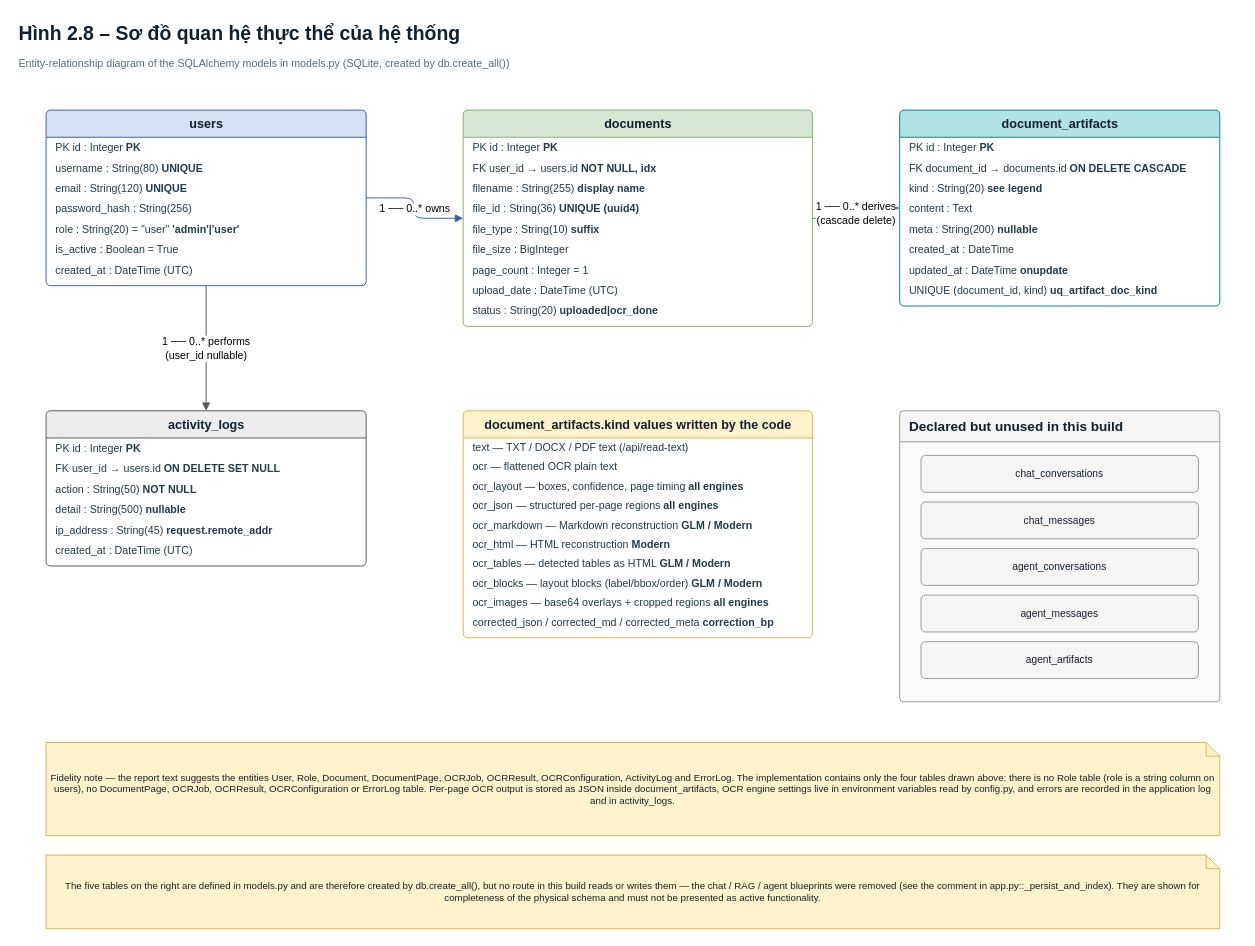
This is report_figures/chapter2/fig_2_8_erd.drawio from imtoiteu/OCRandCorrectionVn, a draw.io file, before an edit. Source tidied: cells renumbered, new cells numbered last; positions are measured from the earlier drawing's top-left corner, leaving out a move shared by most shapes. Both pictures are drawn from the tidied source at 97%, with x=0, y=0 at pixel (16, 16).
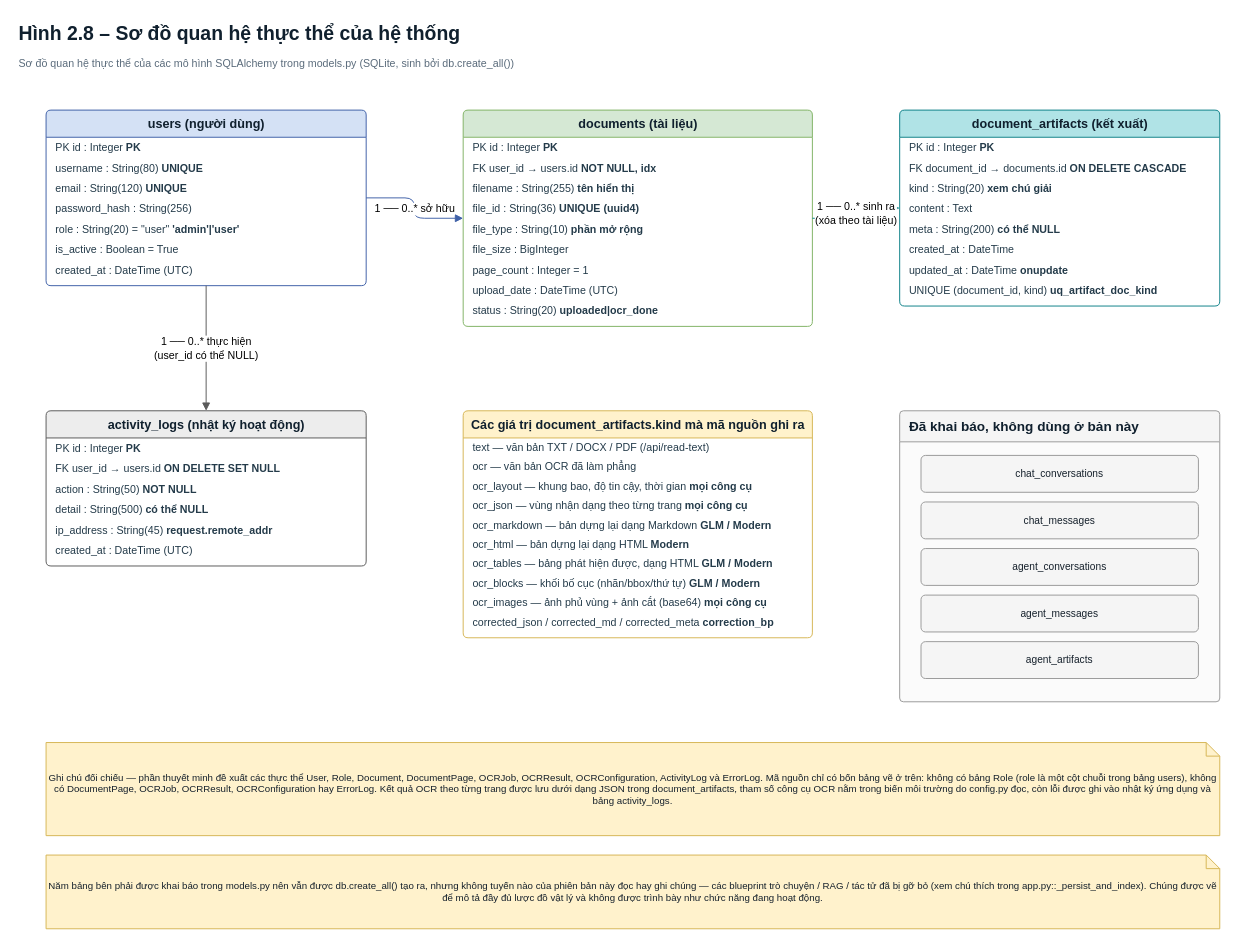
The same page after the edit.

Change to the diagram source:
```diff
@@
-    <mxCell id="3" value="Entity-relationship diagram of the SQLAlchemy models in models.py (SQLite, created by db.create_all())" style="text;html=1;fontSize=11;verticalAlign=middle;align=left;fontColor=#5A6B7B;" parent="1" vertex="1">
+    <mxCell id="3" value="Sơ đồ quan hệ thực thể của các mô hình SQLAlchemy trong models.py (SQLite, sinh bởi db.create_all())" style="text;html=1;fontSize=11;verticalAlign=middle;align=left;fontColor=#5A6B7B;" parent="1" vertex="1">
       <mxGeometry y="38" width="1260" height="20" as="geometry" />
     </mxCell>
-    <mxCell id="4" value="Declared but unused in this build" style="swimlane;rounded=1;arcSize=4;startSize=32;html=1;whiteSpace=wrap;fontSize=14;fontStyle=1;fillColor=#F5F5F5;strokeColor=#999999;swimlaneFillColor=#FBFBFB;fontColor=#10202E;verticalAlign=middle;align=left;spacingLeft=8;" parent="1" vertex="1">
+    <mxCell id="4" value="Đã khai báo, không dùng ở bản này" style="swimlane;rounded=1;arcSize=4;startSize=32;html=1;whiteSpace=wrap;fontSize=14;fontStyle=1;fillColor=#F5F5F5;strokeColor=#999999;swimlaneFillColor=#FBFBFB;fontColor=#10202E;verticalAlign=middle;align=left;spacingLeft=8;" parent="1" vertex="1">
       <mxGeometry x="910" y="406" width="330" height="300" as="geometry" />
     </mxCell>
@@
-    <mxCell id="10" value="Fidelity note — the report text suggests the entities User, Role, Document, DocumentPage, OCRJob, OCRResult, OCRConfiguration, ActivityLog and ErrorLog. The implementation contains only the four tables drawn above: there is no Role table (role is a string column on users), no DocumentPage, OCRJob, OCRResult, OCRConfiguration or ErrorLog table. Per-page OCR output is stored as JSON inside document_artifacts, OCR engine settings live in environment variables read by config.py, and errors are recorded in the application log and in activity_logs." style="shape=note;size=14;whiteSpace=wrap;html=1;fontSize=10;fillColor=#FFF2CC;strokeColor=#D6B656;fontColor=#15202B;" parent="1" vertex="1">
+    <mxCell id="10" value="Ghi chú đối chiếu — phần thuyết minh đề xuất các thực thể User, Role, Document, DocumentPage, OCRJob, OCRResult, OCRConfiguration, ActivityLog và ErrorLog. Mã nguồn chỉ có bốn bảng vẽ ở trên: không có bảng Role (role là một cột chuỗi trong bảng users), không có DocumentPage, OCRJob, OCRResult, OCRConfiguration hay ErrorLog. Kết quả OCR theo từng trang được lưu dưới dạng JSON trong document_artifacts, tham số công cụ OCR nằm trong biến môi trường do config.py đọc, còn lỗi được ghi vào nhật ký ứng dụng và bảng activity_logs." style="shape=note;size=14;whiteSpace=wrap;html=1;fontSize=10;fillColor=#FFF2CC;strokeColor=#D6B656;fontColor=#15202B;" parent="1" vertex="1">
       <mxGeometry x="30" y="748" width="1210" height="96" as="geometry" />
     </mxCell>
-    <mxCell id="11" value="The five tables on the right are defined in models.py and are therefore created by db.create_all(), but no route in this build reads or writes them — the chat / RAG / agent blueprints were removed (see the comment in app.py::_persist_and_index). They are shown for completeness of the physical schema and must not be presented as active functionality." style="shape=note;size=14;whiteSpace=wrap;html=1;fontSize=10;fillColor=#FFF2CC;strokeColor=#D6B656;fontColor=#15202B;" parent="1" vertex="1">
+    <mxCell id="11" value="Năm bảng bên phải được khai báo trong models.py nên vẫn được db.create_all() tạo ra, nhưng không tuyến nào của phiên bản này đọc hay ghi chúng — các blueprint trò chuyện / RAG / tác tử đã bị gỡ bỏ (xem chú thích trong app.py::_persist_and_index). Chúng được vẽ để mô tả đầy đủ lược đồ vật lý và không được trình bày như chức năng đang hoạt động." style="shape=note;size=14;whiteSpace=wrap;html=1;fontSize=10;fillColor=#FFF2CC;strokeColor=#D6B656;fontColor=#15202B;" parent="1" vertex="1">
       <mxGeometry x="30" y="864" width="1210" height="76" as="geometry" />
     </mxCell>
-    <mxCell id="12" value="users" style="swimlane;rounded=1;arcSize=6;startSize=28;html=1;fontSize=13;fontStyle=1;fillColor=#D4E1F5;strokeColor=#3F61A8;swimlaneFillColor=#FFFFFF;fontColor=#10202E;align=center;" parent="1" vertex="1">
+    <mxCell id="12" value="users  (người dùng)" style="swimlane;rounded=1;arcSize=6;startSize=28;html=1;fontSize=13;fontStyle=1;fillColor=#D4E1F5;strokeColor=#3F61A8;swimlaneFillColor=#FFFFFF;fontColor=#10202E;align=center;" parent="1" vertex="1">
       <mxGeometry x="30" y="96" width="330" height="181" as="geometry" />
     </mxCell>
@@
-    <mxCell id="20" value="documents" style="swimlane;rounded=1;arcSize=6;startSize=28;html=1;fontSize=13;fontStyle=1;fillColor=#D5E8D4;strokeColor=#82B366;swimlaneFillColor=#FFFFFF;fontColor=#10202E;align=center;" parent="1" vertex="1">
+    <mxCell id="20" value="documents  (tài liệu)" style="swimlane;rounded=1;arcSize=6;startSize=28;html=1;fontSize=13;fontStyle=1;fillColor=#D5E8D4;strokeColor=#82B366;swimlaneFillColor=#FFFFFF;fontColor=#10202E;align=center;" parent="1" vertex="1">
       <mxGeometry x="460" y="96" width="360" height="223" as="geometry" />
     </mxCell>
@@
-    <mxCell id="23" value="filename : String(255)  &lt;b&gt;display name&lt;/b&gt;" style="text;html=1;align=left;verticalAlign=middle;spacingLeft=8;fontSize=11;strokeColor=none;fillColor=none;fontColor=#243B4A;" parent="20" vertex="1">
+    <mxCell id="23" value="filename : String(255)  &lt;b&gt;tên hiển thị&lt;/b&gt;" style="text;html=1;align=left;verticalAlign=middle;spacingLeft=8;fontSize=11;strokeColor=none;fillColor=none;fontColor=#243B4A;" parent="20" vertex="1">
       <mxGeometry y="70" width="360" height="21" as="geometry" />
     </mxCell>
@@
-    <mxCell id="25" value="file_type : String(10)  &lt;b&gt;suffix&lt;/b&gt;" style="text;html=1;align=left;verticalAlign=middle;spacingLeft=8;fontSize=11;strokeColor=none;fillColor=none;fontColor=#243B4A;" parent="20" vertex="1">
+    <mxCell id="25" value="file_type : String(10)  &lt;b&gt;phần mở rộng&lt;/b&gt;" style="text;html=1;align=left;verticalAlign=middle;spacingLeft=8;fontSize=11;strokeColor=none;fillColor=none;fontColor=#243B4A;" parent="20" vertex="1">
       <mxGeometry y="112" width="360" height="21" as="geometry" />
     </mxCell>
@@
-    <mxCell id="30" value="document_artifacts" style="swimlane;rounded=1;arcSize=6;startSize=28;html=1;fontSize=13;fontStyle=1;fillColor=#B0E3E6;strokeColor=#0E8088;swimlaneFillColor=#FFFFFF;fontColor=#10202E;align=center;" parent="1" vertex="1">
+    <mxCell id="30" value="document_artifacts  (kết xuất)" style="swimlane;rounded=1;arcSize=6;startSize=28;html=1;fontSize=13;fontStyle=1;fillColor=#B0E3E6;strokeColor=#0E8088;swimlaneFillColor=#FFFFFF;fontColor=#10202E;align=center;" parent="1" vertex="1">
       <mxGeometry x="910" y="96" width="330" height="202" as="geometry" />
     </mxCell>
@@
-    <mxCell id="33" value="kind : String(20)  &lt;b&gt;see legend&lt;/b&gt;" style="text;html=1;align=left;verticalAlign=middle;spacingLeft=8;fontSize=11;strokeColor=none;fillColor=none;fontColor=#243B4A;" parent="30" vertex="1">
+    <mxCell id="33" value="kind : String(20)  &lt;b&gt;xem chú giải&lt;/b&gt;" style="text;html=1;align=left;verticalAlign=middle;spacingLeft=8;fontSize=11;strokeColor=none;fillColor=none;fontColor=#243B4A;" parent="30" vertex="1">
       <mxGeometry y="70" width="330" height="21" as="geometry" />
     </mxCell>
@@
-    <mxCell id="35" value="meta : String(200)  &lt;b&gt;nullable&lt;/b&gt;" style="text;html=1;align=left;verticalAlign=middle;spacingLeft=8;fontSize=11;strokeColor=none;fillColor=none;fontColor=#243B4A;" parent="30" vertex="1">
+    <mxCell id="35" value="meta : String(200)  &lt;b&gt;có thể NULL&lt;/b&gt;" style="text;html=1;align=left;verticalAlign=middle;spacingLeft=8;fontSize=11;strokeColor=none;fillColor=none;fontColor=#243B4A;" parent="30" vertex="1">
       <mxGeometry y="112" width="330" height="21" as="geometry" />
     </mxCell>
@@
-    <mxCell id="39" value="activity_logs" style="swimlane;rounded=1;arcSize=6;startSize=28;html=1;fontSize=13;fontStyle=1;fillColor=#EDEDED;strokeColor=#5A5A5A;swimlaneFillColor=#FFFFFF;fontColor=#10202E;align=center;" parent="1" vertex="1">
+    <mxCell id="39" value="activity_logs  (nhật ký hoạt động)" style="swimlane;rounded=1;arcSize=6;startSize=28;html=1;fontSize=13;fontStyle=1;fillColor=#EDEDED;strokeColor=#5A5A5A;swimlaneFillColor=#FFFFFF;fontColor=#10202E;align=center;" parent="1" vertex="1">
       <mxGeometry x="30" y="406" width="330" height="160" as="geometry" />
     </mxCell>
@@
-    <mxCell id="43" value="detail : String(500)  &lt;b&gt;nullable&lt;/b&gt;" style="text;html=1;align=left;verticalAlign=middle;spacingLeft=8;fontSize=11;strokeColor=none;fillColor=none;fontColor=#243B4A;" parent="39" vertex="1">
+    <mxCell id="43" value="detail : String(500)  &lt;b&gt;có thể NULL&lt;/b&gt;" style="text;html=1;align=left;verticalAlign=middle;spacingLeft=8;fontSize=11;strokeColor=none;fillColor=none;fontColor=#243B4A;" parent="39" vertex="1">
       <mxGeometry y="91" width="330" height="21" as="geometry" />
     </mxCell>
@@
-    <mxCell id="46" value="document_artifacts.kind values written by the code" style="swimlane;rounded=1;arcSize=6;startSize=28;html=1;fontSize=13;fontStyle=1;fillColor=#FFF2CC;strokeColor=#D6B656;swimlaneFillColor=#FFFFFF;fontColor=#10202E;align=center;" parent="1" vertex="1">
+    <mxCell id="46" value="Các giá trị document_artifacts.kind mà mã nguồn ghi ra" style="swimlane;rounded=1;arcSize=6;startSize=28;html=1;fontSize=13;fontStyle=1;fillColor=#FFF2CC;strokeColor=#D6B656;swimlaneFillColor=#FFFFFF;fontColor=#10202E;align=center;" parent="1" vertex="1">
       <mxGeometry x="460" y="406" width="360" height="234" as="geometry" />
     </mxCell>
-    <mxCell id="47" value="text  —  TXT / DOCX / PDF text (/api/read-text)" style="text;html=1;align=left;verticalAlign=middle;spacingLeft=8;fontSize=11;strokeColor=none;fillColor=none;fontColor=#243B4A;" parent="46" vertex="1">
+    <mxCell id="47" value="text  —  văn bản TXT / DOCX / PDF (/api/read-text)" style="text;html=1;align=left;verticalAlign=middle;spacingLeft=8;fontSize=11;strokeColor=none;fillColor=none;fontColor=#243B4A;" parent="46" vertex="1">
       <mxGeometry y="28" width="360" height="20" as="geometry" />
     </mxCell>
-    <mxCell id="48" value="ocr  —  flattened OCR plain text" style="text;html=1;align=left;verticalAlign=middle;spacingLeft=8;fontSize=11;strokeColor=none;fillColor=none;fontColor=#243B4A;" parent="46" vertex="1">
+    <mxCell id="48" value="ocr  —  văn bản OCR đã làm phẳng" style="text;html=1;align=left;verticalAlign=middle;spacingLeft=8;fontSize=11;strokeColor=none;fillColor=none;fontColor=#243B4A;" parent="46" vertex="1">
       <mxGeometry y="48" width="360" height="20" as="geometry" />
     </mxCell>
-    <mxCell id="49" value="ocr_layout  —  boxes, confidence, page timing  &lt;b&gt;all engines&lt;/b&gt;" style="text;html=1;align=left;verticalAlign=middle;spacingLeft=8;fontSize=11;strokeColor=none;fillColor=none;fontColor=#243B4A;" parent="46" vertex="1">
+    <mxCell id="49" value="ocr_layout  —  khung bao, độ tin cậy, thời gian  &lt;b&gt;mọi công cụ&lt;/b&gt;" style="text;html=1;align=left;verticalAlign=middle;spacingLeft=8;fontSize=11;strokeColor=none;fillColor=none;fontColor=#243B4A;" parent="46" vertex="1">
       <mxGeometry y="68" width="360" height="20" as="geometry" />
     </mxCell>
-    <mxCell id="50" value="ocr_json  —  structured per-page regions  &lt;b&gt;all engines&lt;/b&gt;" style="text;html=1;align=left;verticalAlign=middle;spacingLeft=8;fontSize=11;strokeColor=none;fillColor=none;fontColor=#243B4A;" parent="46" vertex="1">
+    <mxCell id="50" value="ocr_json  —  vùng nhận dạng theo từng trang  &lt;b&gt;mọi công cụ&lt;/b&gt;" style="text;html=1;align=left;verticalAlign=middle;spacingLeft=8;fontSize=11;strokeColor=none;fillColor=none;fontColor=#243B4A;" parent="46" vertex="1">
       <mxGeometry y="88" width="360" height="20" as="geometry" />
     </mxCell>
-    <mxCell id="51" value="ocr_markdown  —  Markdown reconstruction  &lt;b&gt;GLM / Modern&lt;/b&gt;" style="text;html=1;align=left;verticalAlign=middle;spacingLeft=8;fontSize=11;strokeColor=none;fillColor=none;fontColor=#243B4A;" parent="46" vertex="1">
+    <mxCell id="51" value="ocr_markdown  —  bản dựng lại dạng Markdown  &lt;b&gt;GLM / Modern&lt;/b&gt;" style="text;html=1;align=left;verticalAlign=middle;spacingLeft=8;fontSize=11;strokeColor=none;fillColor=none;fontColor=#243B4A;" parent="46" vertex="1">
       <mxGeometry y="108" width="360" height="20" as="geometry" />
     </mxCell>
-    <mxCell id="52" value="ocr_html  —  HTML reconstruction  &lt;b&gt;Modern&lt;/b&gt;" style="text;html=1;align=left;verticalAlign=middle;spacingLeft=8;fontSize=11;strokeColor=none;fillColor=none;fontColor=#243B4A;" parent="46" vertex="1">
+    <mxCell id="52" value="ocr_html  —  bản dựng lại dạng HTML  &lt;b&gt;Modern&lt;/b&gt;" style="text;html=1;align=left;verticalAlign=middle;spacingLeft=8;fontSize=11;strokeColor=none;fillColor=none;fontColor=#243B4A;" parent="46" vertex="1">
       <mxGeometry y="128" width="360" height="20" as="geometry" />
     </mxCell>
-    <mxCell id="53" value="ocr_tables  —  detected tables as HTML  &lt;b&gt;GLM / Modern&lt;/b&gt;" style="text;html=1;align=left;verticalAlign=middle;spacingLeft=8;fontSize=11;strokeColor=none;fillColor=none;fontColor=#243B4A;" parent="46" vertex="1">
+    <mxCell id="53" value="ocr_tables  —  bảng phát hiện được, dạng HTML  &lt;b&gt;GLM / Modern&lt;/b&gt;" style="text;html=1;align=left;verticalAlign=middle;spacingLeft=8;fontSize=11;strokeColor=none;fillColor=none;fontColor=#243B4A;" parent="46" vertex="1">
       <mxGeometry y="148" width="360" height="20" as="geometry" />
     </mxCell>
-    <mxCell id="54" value="ocr_blocks  —  layout blocks (label/bbox/order)  &lt;b&gt;GLM / Modern&lt;/b&gt;" style="text;html=1;align=left;verticalAlign=middle;spacingLeft=8;fontSize=11;strokeColor=none;fillColor=none;fontColor=#243B4A;" parent="46" vertex="1">
+    <mxCell id="54" value="ocr_blocks  —  khối bố cục (nhãn/bbox/thứ tự)  &lt;b&gt;GLM / Modern&lt;/b&gt;" style="text;html=1;align=left;verticalAlign=middle;spacingLeft=8;fontSize=11;strokeColor=none;fillColor=none;fontColor=#243B4A;" parent="46" vertex="1">
       <mxGeometry y="168" width="360" height="20" as="geometry" />
     </mxCell>
-    <mxCell id="55" value="ocr_images  —  base64 overlays + cropped regions  &lt;b&gt;all engines&lt;/b&gt;" style="text;html=1;align=left;verticalAlign=middle;spacingLeft=8;fontSize=11;strokeColor=none;fillColor=none;fontColor=#243B4A;" parent="46" vertex="1">
+    <mxCell id="55" value="ocr_images  —  ảnh phủ vùng + ảnh cắt (base64)  &lt;b&gt;mọi công cụ&lt;/b&gt;" style="text;html=1;align=left;verticalAlign=middle;spacingLeft=8;fontSize=11;strokeColor=none;fillColor=none;fontColor=#243B4A;" parent="46" vertex="1">
       <mxGeometry y="188" width="360" height="20" as="geometry" />
     </mxCell>
@@
-    <mxCell id="57" value="1 ── 0..*  owns" style="edgeStyle=orthogonalEdgeStyle;rounded=1;html=1;fontSize=11;endArrow=block;strokeColor=#3F61A8;labelBackgroundColor=#FFFFFF;exitX=1;exitY=0.5;exitDx=0;exitDy=0;entryX=0;entryY=0.5;entryDx=0;entryDy=0;" parent="1" edge="1" source="12" target="20">
+    <mxCell id="57" value="1 ── 0..*  sở hữu" style="edgeStyle=orthogonalEdgeStyle;rounded=1;html=1;fontSize=11;endArrow=block;strokeColor=#3F61A8;labelBackgroundColor=#FFFFFF;exitX=1;exitY=0.5;exitDx=0;exitDy=0;entryX=0;entryY=0.5;entryDx=0;entryDy=0;" parent="1" edge="1" source="12" target="20">
       <mxGeometry relative="1" as="geometry" />
     </mxCell>
-    <mxCell id="58" value="1 ── 0..*  derives&lt;br&gt;(cascade delete)" style="edgeStyle=orthogonalEdgeStyle;rounded=1;html=1;fontSize=11;endArrow=block;strokeColor=#0E8088;labelBackgroundColor=#FFFFFF;exitX=1;exitY=0.5;exitDx=0;exitDy=0;entryX=0;entryY=0.5;entryDx=0;entryDy=0;" parent="1" edge="1" source="20" target="30">
+    <mxCell id="58" value="1 ── 0..*  sinh ra&lt;br&gt;(xóa theo tài liệu)" style="edgeStyle=orthogonalEdgeStyle;rounded=1;html=1;fontSize=11;endArrow=block;strokeColor=#0E8088;labelBackgroundColor=#FFFFFF;exitX=1;exitY=0.5;exitDx=0;exitDy=0;entryX=0;entryY=0.5;entryDx=0;entryDy=0;" parent="1" edge="1" source="20" target="30">
       <mxGeometry relative="1" as="geometry" />
     </mxCell>
-    <mxCell id="59" value="1 ── 0..*  performs&lt;br&gt;(user_id nullable)" style="edgeStyle=orthogonalEdgeStyle;rounded=1;html=1;fontSize=11;endArrow=block;strokeColor=#5A5A5A;labelBackgroundColor=#FFFFFF;exitX=0.5;exitY=1;exitDx=0;exitDy=0;entryX=0.5;entryY=0;entryDx=0;entryDy=0;" parent="1" edge="1" source="12" target="39">
+    <mxCell id="59" value="1 ── 0..*  thực hiện&lt;br&gt;(user_id có thể NULL)" style="edgeStyle=orthogonalEdgeStyle;rounded=1;html=1;fontSize=11;endArrow=block;strokeColor=#5A5A5A;labelBackgroundColor=#FFFFFF;exitX=0.5;exitY=1;exitDx=0;exitDy=0;entryX=0.5;entryY=0;entryDx=0;entryDy=0;" parent="1" edge="1" source="12" target="39">
       <mxGeometry relative="1" as="geometry" />
     </mxCell>
```
